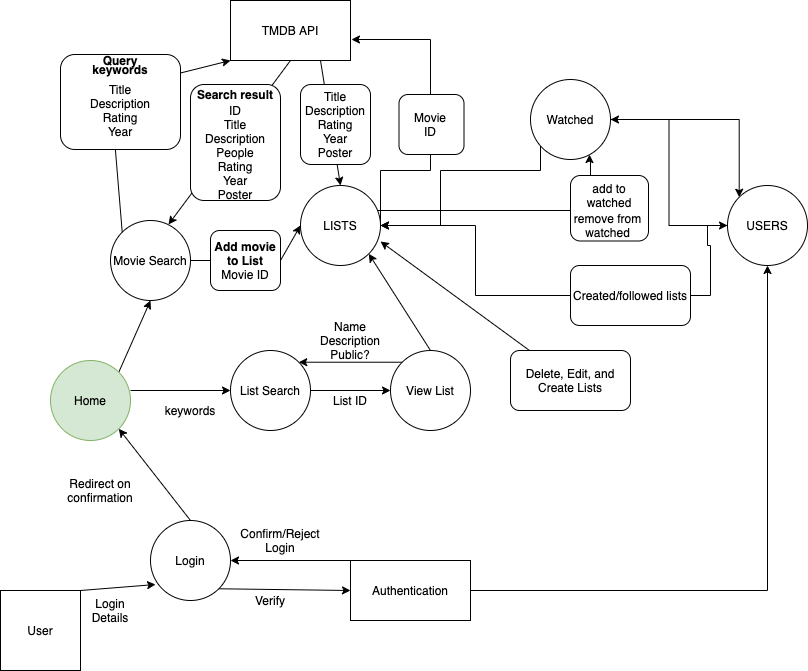
The draw.io diagram docs/data-flow-diagram/data-flow-diagram.png in teamnamegoeshere/fullstack-frontend, before a commit. Source tidied: cells renumbered, new cells last; positions are measured from the earlier drawing's top-left corner, leaving out a move shared by most shapes.
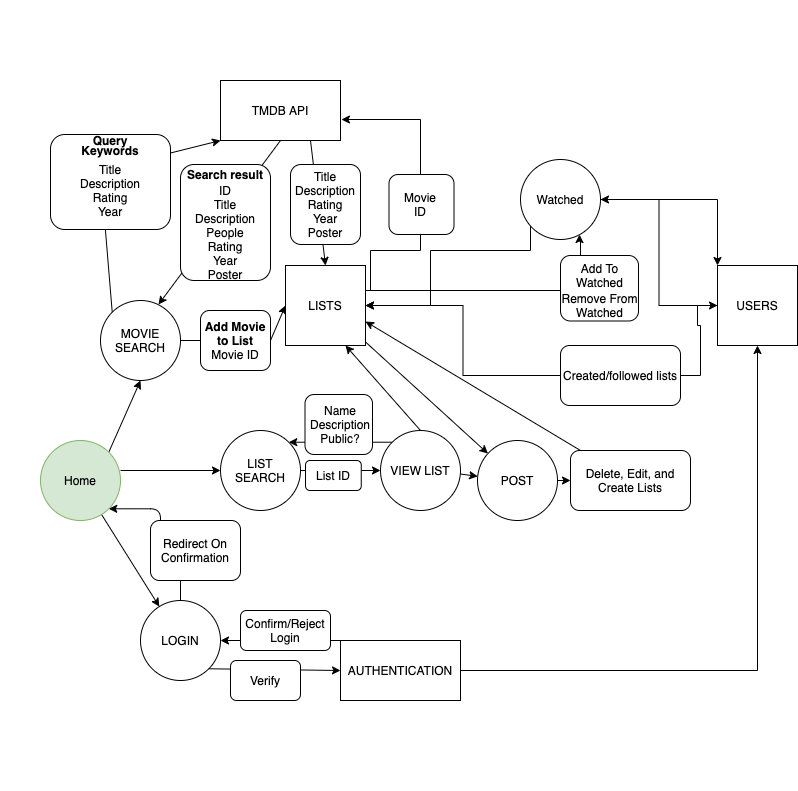
The same file after the commit.

Commit message:
improved formatting, added post requests

What changed in the source:
```diff
@@ -2,6 +2,9 @@
   <root>
     <mxCell id="0" />
     <mxCell id="1" parent="0" />
+    <mxCell id="61" style="whiteSpace=wrap;html=1;strokeColor=none;" parent="1" vertex="1">
+      <mxGeometry x="10" y="-80" width="790" height="790" as="geometry" />
+    </mxCell>
     <mxCell id="2" style="edgeStyle=orthogonalEdgeStyle;rounded=0;jettySize=auto;html=1;" parent="1" edge="1" source="4" target="27">
       <mxGeometry relative="1" as="geometry" />
     </mxCell>
@@ -11,22 +14,19 @@
     <mxCell id="4" value="Created/followed lists" style="rounded=1;whiteSpace=wrap;html=1;" parent="1" vertex="1">
       <mxGeometry x="570" y="265" width="120" height="60" as="geometry" />
     </mxCell>
-    <mxCell id="5" value="User" style="whiteSpace=wrap;html=1;" parent="1" vertex="1">
-      <mxGeometry y="590" width="80" height="80" as="geometry" />
-    </mxCell>
-    <mxCell id="6" value="Login" style="ellipse;whiteSpace=wrap;html=1;" parent="1" vertex="1">
+    <mxCell id="6" value="LOGIN" style="ellipse;whiteSpace=wrap;html=1;" parent="1" vertex="1">
       <mxGeometry x="150" y="520" width="80" height="80" as="geometry" />
     </mxCell>
     <mxCell id="7" style="edgeStyle=orthogonalEdgeStyle;rounded=0;jettySize=auto;html=1;" parent="1" edge="1" source="8" target="55">
       <mxGeometry relative="1" as="geometry" />
     </mxCell>
-    <mxCell id="8" value="Authentication" style="rounded=0;whiteSpace=wrap;html=1;" parent="1" vertex="1">
+    <mxCell id="8" value="AUTHENTICATION" style="rounded=0;whiteSpace=wrap;html=1;" parent="1" vertex="1">
       <mxGeometry x="350" y="560" width="120" height="60" as="geometry" />
     </mxCell>
-    <mxCell id="9" value="Movie Search" style="ellipse;whiteSpace=wrap;html=1;" parent="1" vertex="1">
+    <mxCell id="9" value="MOVIE SEARCH" style="ellipse;whiteSpace=wrap;html=1;" parent="1" vertex="1">
       <mxGeometry x="110" y="220" width="80" height="80" as="geometry" />
     </mxCell>
-    <mxCell id="10" value="List Search" style="ellipse;whiteSpace=wrap;html=1;" parent="1" vertex="1">
+    <mxCell id="10" value="LIST SEARCH" style="ellipse;whiteSpace=wrap;html=1;" parent="1" vertex="1">
       <mxGeometry x="230" y="350" width="80" height="80" as="geometry" />
     </mxCell>
     <mxCell id="11" value="TMDB API" style="rounded=0;whiteSpace=wrap;html=1;" parent="1" vertex="1">
@@ -35,39 +35,30 @@
     <mxCell id="12" style="endArrow=classic;html=1;exitX=1;exitY=1;exitDx=0;exitDy=0;entryX=0;entryY=0.5;entryDx=0;entryDy=0;" parent="1" edge="1" source="6" target="8">
       <mxGeometry relative="1" as="geometry" />
     </mxCell>
-    <mxCell id="13" value="Verify" style="text;html=1;strokeColor=none;fillColor=none;align=center;verticalAlign=middle;whiteSpace=wrap;rounded=0;" parent="1" vertex="1">
-      <mxGeometry x="250" y="590" width="40" height="20" as="geometry" />
-    </mxCell>
-    <mxCell id="14" style="endArrow=classic;html=1;exitX=1;exitY=0;exitDx=0;exitDy=0;entryX=0.063;entryY=0.8;entryDx=0;entryDy=0;entryPerimeter=0;" parent="1" edge="1" source="5" target="6">
-      <mxGeometry relative="1" as="geometry" />
-    </mxCell>
-    <mxCell id="15" value="Login Details" style="text;html=1;strokeColor=none;fillColor=none;align=center;verticalAlign=middle;whiteSpace=wrap;rounded=0;" parent="1" vertex="1">
-      <mxGeometry x="90" y="600" width="40" height="20" as="geometry" />
-    </mxCell>
     <mxCell id="16" style="endArrow=classic;html=1;exitX=1;exitY=0;exitDx=0;exitDy=0;entryX=0.5;entryY=1;entryDx=0;entryDy=0;" parent="1" edge="1" source="21" target="9">
       <mxGeometry relative="1" as="geometry" />
     </mxCell>
-    <mxCell id="17" value="keywords" style="text;html=1;strokeColor=none;fillColor=none;align=center;verticalAlign=middle;whiteSpace=wrap;rounded=0;" parent="1" vertex="1">
-      <mxGeometry x="170" y="400" width="40" height="20" as="geometry" />
-    </mxCell>
     <mxCell id="18" style="endArrow=classic;html=1;exitX=1;exitY=0.375;exitDx=0;exitDy=0;entryX=0;entryY=0.5;entryDx=0;entryDy=0;exitPerimeter=0;" parent="1" edge="1" source="21" target="10">
       <mxGeometry relative="1" as="geometry" />
     </mxCell>
     <mxCell id="19" style="endArrow=classic;html=1;exitX=0.25;exitY=0;exitDx=0;exitDy=0;entryX=1;entryY=0.5;entryDx=0;entryDy=0;" parent="1" edge="1" source="8" target="6">
       <mxGeometry relative="1" as="geometry" />
     </mxCell>
-    <mxCell id="20" value="Confirm/Reject Login" style="text;html=1;strokeColor=none;fillColor=none;align=center;verticalAlign=middle;whiteSpace=wrap;rounded=0;" parent="1" vertex="1">
-      <mxGeometry x="260" y="530" width="40" height="20" as="geometry" />
-    </mxCell>
+    <mxCell id="62" style="edgeStyle=none;rounded=0;jettySize=auto;html=1;" parent="1" edge="1" source="21" target="6">
+      <mxGeometry relative="1" as="geometry" />
+    </mxCell>
     <mxCell id="21" value="Home" style="ellipse;whiteSpace=wrap;html=1;fillColor=#d5e8d4;strokeColor=#82b366;" parent="1" vertex="1">
       <mxGeometry x="50" y="360" width="80" height="80" as="geometry" />
     </mxCell>
-    <mxCell id="22" style="endArrow=classic;html=1;exitX=0.5;exitY=0;exitDx=0;exitDy=0;entryX=1;entryY=1;entryDx=0;entryDy=0;" parent="1" edge="1" source="6" target="21">
-      <mxGeometry relative="1" as="geometry" />
+    <mxCell id="22" style="endArrow=classic;html=1;exitX=0.5;exitY=0;exitDx=0;exitDy=0;entryX=1;entryY=1;entryDx=0;entryDy=0;edgeStyle=orthogonalEdgeStyle;" parent="1" edge="1" source="6" target="21">
+      <mxGeometry relative="1" as="geometry">
+        <Array as="points">
+          <mxPoint x="190" y="480" />
+          <mxPoint x="170" y="480" />
+          <mxPoint x="170" y="428" />
+        </Array>
+      </mxGeometry>
     </mxCell>
-    <mxCell id="23" value="Redirect on confirmation" style="text;html=1;strokeColor=none;fillColor=none;align=center;verticalAlign=middle;whiteSpace=wrap;rounded=0;" parent="1" vertex="1">
-      <mxGeometry x="80" y="480" width="40" height="20" as="geometry" />
-    </mxCell>
     <mxCell id="24" style="endArrow=classic;html=1;exitX=0;exitY=0;exitDx=0;exitDy=0;entryX=0;entryY=1;entryDx=0;entryDy=0;" parent="1" edge="1" source="9" target="11">
       <mxGeometry relative="1" as="geometry">
         <Array as="points">
@@ -75,8 +66,9 @@
         </Array>
       </mxGeometry>
     </mxCell>
-    <mxCell id="25" style="edgeStyle=orthogonalEdgeStyle;rounded=0;jettySize=auto;html=1;entryX=1.008;entryY=0.65;entryDx=0;entryDy=0;entryPerimeter=0;" parent="1" edge="1" source="27" target="11">
+    <mxCell id="25" style="edgeStyle=orthogonalEdgeStyle;rounded=0;jettySize=auto;html=1;entryX=1.008;entryY=0.65;entryDx=0;entryDy=0;entryPerimeter=0;" parent="1" edge="1" target="11">
       <mxGeometry relative="1" as="geometry">
+        <mxPoint x="370" y="210" as="sourcePoint" />
         <Array as="points">
           <mxPoint x="380" y="170" />
           <mxPoint x="430" y="170" />
@@ -95,8 +87,11 @@
         </Array>
       </mxGeometry>
     </mxCell>
+    <mxCell id="63" style="rounded=0;jettySize=auto;html=1;" parent="1" edge="1" source="27" target="66">
+      <mxGeometry relative="1" as="geometry" />
+    </mxCell>
-    <mxCell id="27" value="LISTS" style="ellipse;whiteSpace=wrap;html=1;" parent="1" vertex="1">
-      <mxGeometry x="300" y="185" width="80" height="80" as="geometry" />
+    <mxCell id="27" value="LISTS" style="square;whiteSpace=wrap;html=1;" parent="1" vertex="1">
+      <mxGeometry x="295" y="185" width="80" height="80" as="geometry" />
     </mxCell>
     <mxCell id="28" style="endArrow=classic;html=1;exitX=1;exitY=0.5;exitDx=0;exitDy=0;entryX=0;entryY=0.5;entryDx=0;entryDy=0;startArrow=none;" parent="1" edge="1" source="52" target="27">
       <mxGeometry relative="1" as="geometry" />
@@ -107,7 +102,10 @@
     <mxCell id="30" style="endArrow=classic;html=1;exitX=0.75;exitY=1;exitDx=0;exitDy=0;entryX=0.5;entryY=0;entryDx=0;entryDy=0;" parent="1" edge="1" source="11" target="27">
       <mxGeometry relative="1" as="geometry" />
     </mxCell>
+    <mxCell id="64" style="edgeStyle=none;rounded=0;jettySize=auto;html=1;" parent="1" edge="1" source="31" target="66">
+      <mxGeometry relative="1" as="geometry" />
+    </mxCell>
-    <mxCell id="31" value="View List" style="ellipse;whiteSpace=wrap;html=1;" parent="1" vertex="1">
+    <mxCell id="31" value="VIEW LIST" style="ellipse;whiteSpace=wrap;html=1;" parent="1" vertex="1">
       <mxGeometry x="390" y="350" width="80" height="80" as="geometry" />
     </mxCell>
     <mxCell id="32" style="edgeStyle=orthogonalEdgeStyle;rounded=0;jettySize=auto;html=1;" parent="1" edge="1" source="34" target="27">
@@ -128,16 +126,10 @@
     <mxCell id="35" style="endArrow=classic;html=1;exitX=1;exitY=0.5;exitDx=0;exitDy=0;entryX=0;entryY=0.5;entryDx=0;entryDy=0;" parent="1" edge="1" source="10" target="31">
       <mxGeometry relative="1" as="geometry" />
     </mxCell>
-    <mxCell id="36" value="List ID" style="text;html=1;strokeColor=none;fillColor=none;align=center;verticalAlign=middle;whiteSpace=wrap;rounded=0;" parent="1" vertex="1">
-      <mxGeometry x="330" y="390" width="40" height="20" as="geometry" />
-    </mxCell>
     <mxCell id="37" style="endArrow=classic;html=1;exitX=0;exitY=0;exitDx=0;exitDy=0;entryX=1;entryY=0;entryDx=0;entryDy=0;" parent="1" edge="1" source="31" target="10">
       <mxGeometry relative="1" as="geometry" />
     </mxCell>
-    <mxCell id="38" value="Name&lt;br&gt;Description&lt;br&gt;Public?" style="text;html=1;strokeColor=none;fillColor=none;align=center;verticalAlign=middle;whiteSpace=wrap;rounded=0;" parent="1" vertex="1">
-      <mxGeometry x="330" y="330" width="40" height="20" as="geometry" />
-    </mxCell>
-    <mxCell id="39" style="endArrow=classic;html=1;exitX=0.5;exitY=0;exitDx=0;exitDy=0;entryX=1;entryY=1;entryDx=0;entryDy=0;" parent="1" edge="1" source="31" target="27">
+    <mxCell id="39" style="endArrow=classic;html=1;exitX=0.5;exitY=0;exitDx=0;exitDy=0;entryX=0.75;entryY=1;entryDx=0;entryDy=0;" parent="1" edge="1" source="31" target="27">
       <mxGeometry relative="1" as="geometry" />
     </mxCell>
     <mxCell id="40" value="&lt;span style=&quot;color: rgba(0 , 0 , 0 , 0) ; font-family: monospace ; font-size: 0px&quot;&gt;%3CmxGraphModel%3E%3Croot%3E%3CmxCell%20id%3D%220%22%2F%3E%3CmxCell%20id%3D%221%22%20parent%3D%220%22%2F%3E%3CmxCell%20id%3D%222%22%20value%3D%22Title%26lt%3Bbr%26gt%3BDescription%26lt%3Bbr%26gt%3BRating%26lt%3Bbr%26gt%3BYear%26lt%3Bbr%26gt%3BPoster%22%20style%3D%22text%3Bhtml%3D1%3BstrokeColor%3Dnone%3BfillColor%3Dnone%3Balign%3Dcenter%3BverticalAlign%3Dmiddle%3BwhiteSpace%3Dwrap%3Brounded%3D0%3B%22%20vertex%3D%221%22%20parent%3D%221%22%3E%3CmxGeometry%20x%3D%22450%22%20y%3D%22550%22%20width%3D%2240%22%20height%3D%2220%22%20as%3D%22geometry%22%2F%3E%3C%2FmxCell%3E%3C%2Froot%3E%3C%2FmxGraphModel%3E&lt;/span&gt;" style="rounded=1;whiteSpace=wrap;html=1;" parent="1" vertex="1">
@@ -164,8 +156,8 @@
     <mxCell id="47" value="&lt;b&gt;Search result&lt;/b&gt;" style="text;html=1;strokeColor=none;fillColor=none;align=center;verticalAlign=middle;whiteSpace=wrap;rounded=0;" parent="1" vertex="1">
       <mxGeometry x="190" y="84" width="90" height="20" as="geometry" />
     </mxCell>
-    <mxCell id="48" value="&lt;b&gt;keywords&lt;/b&gt;" style="text;html=1;strokeColor=none;fillColor=none;align=center;verticalAlign=middle;whiteSpace=wrap;rounded=0;" parent="1" vertex="1">
-      <mxGeometry x="100" y="59" width="40" height="20" as="geometry" />
+    <mxCell id="48" value="&lt;b&gt;Keywords&lt;/b&gt;" style="text;html=1;strokeColor=none;fillColor=none;align=center;verticalAlign=middle;whiteSpace=wrap;rounded=0;" parent="1" vertex="1">
+      <mxGeometry x="100" y="60" width="40" height="20" as="geometry" />
     </mxCell>
     <mxCell id="49" style="rounded=1;whiteSpace=wrap;html=1;" parent="1" vertex="1">
       <mxGeometry x="398.5" y="94" width="65" height="60" as="geometry" />
@@ -178,7 +170,7 @@
     <mxCell id="51" value="Movie ID" style="text;html=1;strokeColor=none;fillColor=none;align=center;verticalAlign=middle;whiteSpace=wrap;rounded=0;" parent="1" vertex="1">
       <mxGeometry x="410" y="114" width="40" height="20" as="geometry" />
     </mxCell>
-    <mxCell id="52" value="&lt;b&gt;Add movie to List&lt;/b&gt;&lt;br&gt;Movie ID" style="rounded=1;whiteSpace=wrap;html=1;" parent="1" vertex="1">
+    <mxCell id="52" value="&lt;b&gt;Add Movie to List&lt;/b&gt;&lt;br&gt;Movie ID" style="rounded=1;whiteSpace=wrap;html=1;" parent="1" vertex="1">
       <mxGeometry x="210" y="230" width="70" height="60" as="geometry" />
     </mxCell>
     <mxCell id="53" style="endArrow=none;html=1;exitX=1;exitY=0.5;exitDx=0;exitDy=0;entryX=0;entryY=0.5;entryDx=0;entryDy=0;" parent="1" edge="1" source="9" target="52">
@@ -187,23 +179,59 @@
     <mxCell id="54" style="edgeStyle=orthogonalEdgeStyle;rounded=0;jettySize=auto;html=1;entryX=1;entryY=0.5;entryDx=0;entryDy=0;" parent="1" edge="1" source="55" target="34">
       <mxGeometry relative="1" as="geometry" />
     </mxCell>
-    <mxCell id="55" value="USERS" style="ellipse;whiteSpace=wrap;html=1;" parent="1" vertex="1">
+    <mxCell id="55" value="USERS" style="square;whiteSpace=wrap;html=1;" parent="1" vertex="1">
       <mxGeometry x="727" y="185" width="80" height="80" as="geometry" />
     </mxCell>
     <mxCell id="56" style="rounded=1;whiteSpace=wrap;html=1;" parent="1" vertex="1">
       <mxGeometry x="570" y="175" width="78" height="65.5" as="geometry" />
     </mxCell>
-    <mxCell id="57" value="add to watched" style="text;html=1;strokeColor=none;fillColor=none;align=center;verticalAlign=middle;whiteSpace=wrap;rounded=0;" parent="1" vertex="1">
-      <mxGeometry x="589" y="185" width="40" height="20" as="geometry" />
+    <mxCell id="57" value="Add To Watched" style="text;html=1;strokeColor=none;fillColor=none;align=center;verticalAlign=middle;whiteSpace=wrap;rounded=0;" parent="1" vertex="1">
+      <mxGeometry x="589" y="185" width="41" height="20" as="geometry" />
     </mxCell>
-    <mxCell id="58" value="remove from watched" style="text;html=1;strokeColor=none;fillColor=none;align=center;verticalAlign=middle;whiteSpace=wrap;rounded=0;" parent="1" vertex="1">
-      <mxGeometry x="567" y="215" width="81" height="20" as="geometry" />
+    <mxCell id="58" value="Remove From Watched" style="text;html=1;strokeColor=none;fillColor=none;align=center;verticalAlign=middle;whiteSpace=wrap;rounded=0;" parent="1" vertex="1">
+      <mxGeometry x="569" y="215" width="81" height="20" as="geometry" />
     </mxCell>
     <mxCell id="59" style="rounded=0;jettySize=auto;html=1;entryX=1;entryY=0.7;entryDx=0;entryDy=0;entryPerimeter=0;" parent="1" edge="1" source="60" target="27">
       <mxGeometry relative="1" as="geometry" />
     </mxCell>
     <mxCell id="60" value="Delete, Edit, and Create Lists" style="rounded=1;whiteSpace=wrap;html=1;" parent="1" vertex="1">
-      <mxGeometry x="510" y="350" width="120" height="60" as="geometry" />
+      <mxGeometry x="580" y="370" width="120" height="60" as="geometry" />
     </mxCell>
+    <mxCell id="65" style="edgeStyle=none;rounded=0;jettySize=auto;html=1;" parent="1" edge="1" source="66" target="60">
+      <mxGeometry relative="1" as="geometry" />
+    </mxCell>
+    <mxCell id="66" value="POST" style="ellipse;whiteSpace=wrap;html=1;" parent="1" vertex="1">
+      <mxGeometry x="487" y="360" width="80" height="80" as="geometry" />
+    </mxCell>
+    <mxCell id="67" style="rounded=1;whiteSpace=wrap;html=1;" parent="1" vertex="1">
+      <mxGeometry x="314.5" y="314" width="67.5" height="60" as="geometry" />
+    </mxCell>
+    <mxCell id="38" value="Name&lt;br&gt;Description&lt;br&gt;Public?" style="text;html=1;strokeColor=none;fillColor=none;align=center;verticalAlign=middle;whiteSpace=wrap;rounded=0;" parent="1" vertex="1">
+      <mxGeometry x="330" y="334" width="40" height="20" as="geometry" />
+    </mxCell>
+    <mxCell id="68" style="rounded=1;whiteSpace=wrap;html=1;" parent="1" vertex="1">
+      <mxGeometry x="315" y="380" width="55.8" height="30" as="geometry" />
+    </mxCell>
+    <mxCell id="36" value="List ID" style="text;html=1;strokeColor=none;fillColor=none;align=center;verticalAlign=middle;whiteSpace=wrap;rounded=0;" parent="1" vertex="1">
+      <mxGeometry x="322.9" y="385" width="40" height="20" as="geometry" />
+    </mxCell>
+    <mxCell id="69" style="rounded=1;whiteSpace=wrap;html=1;" parent="1" vertex="1">
+      <mxGeometry x="250" y="530" width="90" height="40" as="geometry" />
+    </mxCell>
+    <mxCell id="20" value="Confirm/Reject Login" style="text;html=1;strokeColor=none;fillColor=none;align=center;verticalAlign=middle;whiteSpace=wrap;rounded=0;" parent="1" vertex="1">
+      <mxGeometry x="275" y="540" width="40" height="20" as="geometry" />
+    </mxCell>
+    <mxCell id="70" style="rounded=1;whiteSpace=wrap;html=1;" parent="1" vertex="1">
+      <mxGeometry x="240" y="580" width="70" height="40" as="geometry" />
+    </mxCell>
+    <mxCell id="13" value="Verify" style="text;html=1;strokeColor=none;fillColor=none;align=center;verticalAlign=middle;whiteSpace=wrap;rounded=0;" parent="1" vertex="1">
+      <mxGeometry x="255" y="590" width="40" height="20" as="geometry" />
+    </mxCell>
+    <mxCell id="71" style="rounded=1;whiteSpace=wrap;html=1;" parent="1" vertex="1">
+      <mxGeometry x="160" y="440" width="90" height="60" as="geometry" />
+    </mxCell>
+    <mxCell id="23" value="Redirect On Confirmation" style="text;html=1;strokeColor=none;fillColor=none;align=center;verticalAlign=middle;whiteSpace=wrap;rounded=0;" parent="1" vertex="1">
+      <mxGeometry x="185" y="460" width="40" height="20" as="geometry" />
+    </mxCell>
   </root>
 </mxGraphModel>
```
